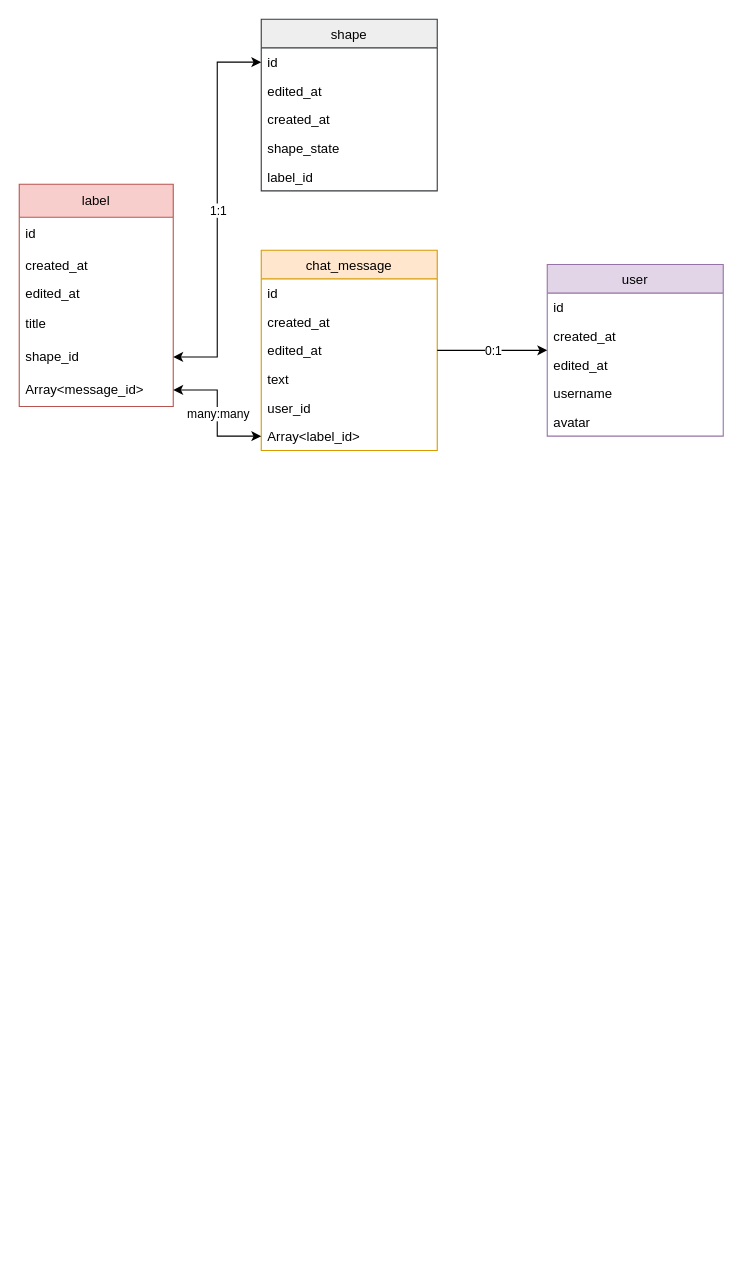
bestsvetny/squeezer keeps this draw.io diagram as squeezer.drawio. Above is the earlier version. Source tidied: cells renumbered, new cells numbered last; positions are measured from the earlier drawing's top-left corner, leaving out a move shared by most shapes. Both pictures are drawn from the tidied source at 110%, with x=0, y=0 at pixel (19, 19).
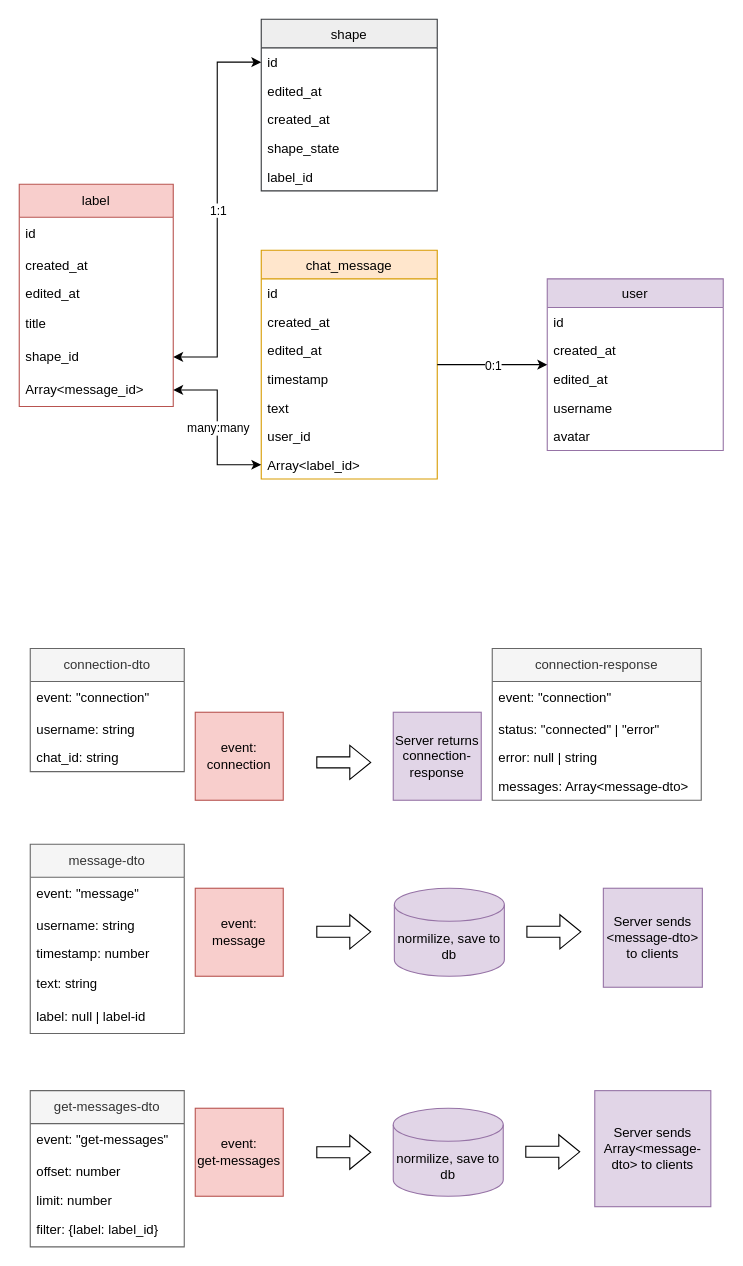
After the change.

Diff of the diagram source:
```diff
@@
     <mxCell id="2" value="chat_message" style="swimlane;fontStyle=0;align=center;verticalAlign=top;horizontal=1;startSize=26;rounded=0;shadow=0;strokeWidth=1;fillColor=#ffe6cc;strokeColor=#d79b00;" parent="1" vertex="1">
-      <mxGeometry x="220" y="210" width="160" height="182" as="geometry" />
+      <mxGeometry x="220" y="210" width="160" height="208" as="geometry" />
     </mxCell>
@@
+    <mxCell id="34" value="timestamp" style="text;align=left;verticalAlign=top;spacingLeft=4;spacingRight=4;overflow=hidden;rounded=0;shadow=0;html=0;" parent="2" vertex="1">
+      <mxGeometry y="104" width="160" height="26" as="geometry" />
+    </mxCell>
     <mxCell id="6" value="text" style="text;align=left;verticalAlign=top;spacingLeft=4;spacingRight=4;overflow=hidden;rounded=0;shadow=0;html=0;" parent="2" vertex="1">
-      <mxGeometry y="104" width="160" height="26" as="geometry" />
+      <mxGeometry y="130" width="160" height="26" as="geometry" />
     </mxCell>
     <mxCell id="7" value="user_id" style="text;align=left;verticalAlign=top;spacingLeft=4;spacingRight=4;overflow=hidden;rounded=0;shadow=0;html=0;strokeColor=none;fillColor=none;" parent="2" vertex="1">
-      <mxGeometry y="130" width="160" height="26" as="geometry" />
+      <mxGeometry y="156" width="160" height="26" as="geometry" />
     </mxCell>
     <mxCell id="8" value="Array&lt;label_id&gt;" style="text;align=left;verticalAlign=top;spacingLeft=4;spacingRight=4;overflow=hidden;points=[[0,0.5],[1,0.5]];portConstraint=eastwest;rounded=0;shadow=0;html=0;fillColor=none;strokeColor=none;" parent="2" vertex="1">
-      <mxGeometry y="156" width="160" height="26" as="geometry" />
+      <mxGeometry y="182" width="160" height="26" as="geometry" />
     </mxCell>
     <mxCell id="9" value="user" style="swimlane;fontStyle=0;align=center;verticalAlign=top;horizontal=1;startSize=26;rounded=0;shadow=0;strokeWidth=1;fillColor=#e1d5e7;strokeColor=#9673a6;" parent="1" vertex="1">
-      <mxGeometry x="480" y="223" width="160" height="156" as="geometry" />
+      <mxGeometry x="480" y="236" width="160" height="156" as="geometry" />
     </mxCell>
@@
+    <mxCell id="35" value="connection-dto" style="swimlane;fontStyle=0;horizontal=1;startSize=30;whiteSpace=wrap;html=1;fillColor=#f5f5f5;strokeColor=#666666;fontColor=#333333;" parent="1" vertex="1">
+      <mxGeometry x="10" y="572" width="140" height="112" as="geometry" />
+    </mxCell>
+    <mxCell id="36" value="event: &quot;connection&quot;" style="text;strokeColor=none;fillColor=none;align=left;verticalAlign=middle;spacingLeft=4;spacingRight=4;overflow=hidden;whiteSpace=wrap;html=1;" parent="35" vertex="1">
+      <mxGeometry y="30" width="140" height="30" as="geometry" />
+    </mxCell>
+    <mxCell id="37" value="username: string" style="text;align=left;verticalAlign=top;spacingLeft=4;spacingRight=4;overflow=hidden;rounded=0;shadow=0;html=0;" parent="35" vertex="1">
+      <mxGeometry y="60" width="140" height="26" as="geometry" />
+    </mxCell>
+    <mxCell id="38" value="chat_id: string" style="text;align=left;verticalAlign=top;spacingLeft=4;spacingRight=4;overflow=hidden;rounded=0;shadow=0;html=0;" parent="35" vertex="1">
+      <mxGeometry y="86" width="140" height="26" as="geometry" />
+    </mxCell>
+    <mxCell id="39" value="message-dto" style="swimlane;fontStyle=0;horizontal=1;startSize=30;whiteSpace=wrap;html=1;fillColor=#f5f5f5;strokeColor=#666666;fontColor=#333333;" parent="1" vertex="1">
+      <mxGeometry x="10" y="750" width="140" height="172" as="geometry" />
+    </mxCell>
+    <mxCell id="40" value="event: &quot;message&quot;" style="text;strokeColor=none;fillColor=none;align=left;verticalAlign=middle;spacingLeft=4;spacingRight=4;overflow=hidden;whiteSpace=wrap;html=1;" parent="39" vertex="1">
+      <mxGeometry y="30" width="140" height="30" as="geometry" />
+    </mxCell>
+    <mxCell id="41" value="username: string" style="text;align=left;verticalAlign=top;spacingLeft=4;spacingRight=4;overflow=hidden;rounded=0;shadow=0;html=0;" parent="39" vertex="1">
+      <mxGeometry y="60" width="140" height="26" as="geometry" />
+    </mxCell>
+    <mxCell id="42" value="timestamp: number" style="text;align=left;verticalAlign=top;spacingLeft=4;spacingRight=4;overflow=hidden;rounded=0;shadow=0;html=0;" parent="39" vertex="1">
+      <mxGeometry y="86" width="140" height="26" as="geometry" />
+    </mxCell>
+    <mxCell id="43" value="text: string" style="text;strokeColor=none;fillColor=none;align=left;verticalAlign=middle;spacingLeft=4;spacingRight=4;overflow=hidden;whiteSpace=wrap;html=1;" parent="39" vertex="1">
+      <mxGeometry y="112" width="140" height="30" as="geometry" />
+    </mxCell>
+    <mxCell id="44" value="label: null | label-id" style="text;strokeColor=none;fillColor=none;align=left;verticalAlign=middle;spacingLeft=4;spacingRight=4;overflow=hidden;whiteSpace=wrap;html=1;" parent="39" vertex="1">
+      <mxGeometry y="142" width="140" height="30" as="geometry" />
+    </mxCell>
+    <mxCell id="45" value="connection-response" style="swimlane;fontStyle=0;horizontal=1;startSize=30;whiteSpace=wrap;html=1;fillColor=#f5f5f5;strokeColor=#666666;fontColor=#333333;" parent="1" vertex="1">
+      <mxGeometry x="430" y="572" width="190" height="138" as="geometry" />
+    </mxCell>
+    <mxCell id="46" value="event: &quot;connection&quot;" style="text;strokeColor=none;fillColor=none;align=left;verticalAlign=middle;spacingLeft=4;spacingRight=4;overflow=hidden;whiteSpace=wrap;html=1;" parent="45" vertex="1">
+      <mxGeometry y="30" width="190" height="30" as="geometry" />
+    </mxCell>
+    <mxCell id="47" value="status: &quot;connected&quot; | &quot;error&quot;" style="text;align=left;verticalAlign=top;spacingLeft=4;spacingRight=4;overflow=hidden;rounded=0;shadow=0;html=0;" parent="45" vertex="1">
+      <mxGeometry y="60" width="190" height="26" as="geometry" />
+    </mxCell>
+    <mxCell id="48" value="error: null | string" style="text;align=left;verticalAlign=top;spacingLeft=4;spacingRight=4;overflow=hidden;rounded=0;shadow=0;html=0;" parent="45" vertex="1">
+      <mxGeometry y="86" width="190" height="26" as="geometry" />
+    </mxCell>
+    <mxCell id="49" value="messages: Array&lt;message-dto&gt;" style="text;align=left;verticalAlign=top;spacingLeft=4;spacingRight=4;overflow=hidden;rounded=0;shadow=0;html=0;" parent="45" vertex="1">
+      <mxGeometry y="112" width="190" height="26" as="geometry" />
+    </mxCell>
+    <mxCell id="50" value="get-messages-dto" style="swimlane;fontStyle=0;horizontal=1;startSize=30;whiteSpace=wrap;html=1;fillColor=#f5f5f5;strokeColor=#666666;fontColor=#333333;" parent="1" vertex="1">
+      <mxGeometry x="10" y="974" width="140" height="142" as="geometry" />
+    </mxCell>
+    <mxCell id="51" value="event: &quot;get-messages&quot;" style="text;strokeColor=none;fillColor=none;align=left;verticalAlign=middle;spacingLeft=4;spacingRight=4;overflow=hidden;whiteSpace=wrap;html=1;" parent="50" vertex="1">
+      <mxGeometry y="30" width="140" height="30" as="geometry" />
+    </mxCell>
+    <mxCell id="52" value="offset: number" style="text;align=left;verticalAlign=top;spacingLeft=4;spacingRight=4;overflow=hidden;rounded=0;shadow=0;html=0;" parent="50" vertex="1">
+      <mxGeometry y="60" width="140" height="26" as="geometry" />
+    </mxCell>
+    <mxCell id="53" value="limit: number" style="text;align=left;verticalAlign=top;spacingLeft=4;spacingRight=4;overflow=hidden;rounded=0;shadow=0;html=0;" parent="50" vertex="1">
+      <mxGeometry y="86" width="140" height="26" as="geometry" />
+    </mxCell>
+    <mxCell id="54" value="filter: {label: label_id}" style="text;strokeColor=none;fillColor=none;align=left;verticalAlign=middle;spacingLeft=4;spacingRight=4;overflow=hidden;whiteSpace=wrap;html=1;" parent="50" vertex="1">
+      <mxGeometry y="112" width="140" height="30" as="geometry" />
+    </mxCell>
+    <mxCell id="55" value="Server sends &amp;lt;message-dto&amp;gt; to clients" style="whiteSpace=wrap;html=1;fillColor=#e1d5e7;strokeColor=#9673a6;" parent="1" vertex="1">
+      <mxGeometry x="531" y="790" width="90" height="90" as="geometry" />
+    </mxCell>
+    <mxCell id="56" value="normilize, save to db" style="shape=cylinder3;whiteSpace=wrap;html=1;boundedLbl=1;backgroundOutline=1;size=15;fillColor=#e1d5e7;strokeColor=#9673a6;" parent="1" vertex="1">
+      <mxGeometry x="341" y="790" width="100" height="80" as="geometry" />
+    </mxCell>
+    <mxCell id="57" style="shape=flexArrow;endArrow=classic;html=1;rounded=0;" parent="1" edge="1">
+      <mxGeometry relative="1" as="geometry">
+        <mxPoint x="270" y="829.6" as="sourcePoint" />
+        <mxPoint x="320" y="829.6" as="targetPoint" />
+      </mxGeometry>
+    </mxCell>
+    <mxCell id="58" style="shape=flexArrow;endArrow=classic;html=1;rounded=0;" parent="1" edge="1">
+      <mxGeometry relative="1" as="geometry">
+        <mxPoint x="461" y="829.6" as="sourcePoint" />
+        <mxPoint x="511" y="829.6" as="targetPoint" />
+      </mxGeometry>
+    </mxCell>
+    <mxCell id="59" style="shape=flexArrow;endArrow=classic;html=1;rounded=0;" parent="1" edge="1">
+      <mxGeometry relative="1" as="geometry">
+        <mxPoint x="270" y="675.6" as="sourcePoint" />
+        <mxPoint x="320" y="675.6" as="targetPoint" />
+      </mxGeometry>
+    </mxCell>
+    <mxCell id="60" style="shape=flexArrow;endArrow=classic;html=1;rounded=0;" parent="1" edge="1">
+      <mxGeometry relative="1" as="geometry">
+        <mxPoint x="270" y="1030" as="sourcePoint" />
+        <mxPoint x="320" y="1030" as="targetPoint" />
+      </mxGeometry>
+    </mxCell>
+    <mxCell id="61" value="Server sends Array&amp;lt;message-dto&amp;gt; to clients" style="whiteSpace=wrap;html=1;fillColor=#e1d5e7;strokeColor=#9673a6;" parent="1" vertex="1">
+      <mxGeometry x="523.2" y="974" width="105.5" height="105.5" as="geometry" />
+    </mxCell>
+    <mxCell id="62" value="normilize, save to db" style="shape=cylinder3;whiteSpace=wrap;html=1;boundedLbl=1;backgroundOutline=1;size=15;fillColor=#e1d5e7;strokeColor=#9673a6;" parent="1" vertex="1">
+      <mxGeometry x="340" y="990" width="100" height="80" as="geometry" />
+    </mxCell>
+    <mxCell id="63" style="shape=flexArrow;endArrow=classic;html=1;rounded=0;" parent="1" edge="1">
+      <mxGeometry relative="1" as="geometry">
+        <mxPoint x="460" y="1029.6" as="sourcePoint" />
+        <mxPoint x="510" y="1029.6" as="targetPoint" />
+      </mxGeometry>
+    </mxCell>
+    <mxCell id="64" value="event: connection" style="whiteSpace=wrap;html=1;fillColor=#f8cecc;strokeColor=#b85450;" parent="1" vertex="1">
+      <mxGeometry x="160" y="630" width="80" height="80" as="geometry" />
+    </mxCell>
+    <mxCell id="65" value="Server returns connection-response" style="whiteSpace=wrap;html=1;fillColor=#e1d5e7;strokeColor=#9673a6;" parent="1" vertex="1">
+      <mxGeometry x="340" y="630" width="80" height="80" as="geometry" />
+    </mxCell>
+    <mxCell id="66" value="event:&lt;br&gt;message" style="whiteSpace=wrap;html=1;fillColor=#f8cecc;strokeColor=#b85450;" parent="1" vertex="1">
+      <mxGeometry x="160" y="790" width="80" height="80" as="geometry" />
+    </mxCell>
+    <mxCell id="67" value="event:&lt;br&gt;get-messages" style="whiteSpace=wrap;html=1;fillColor=#f8cecc;strokeColor=#b85450;" parent="1" vertex="1">
+      <mxGeometry x="160" y="990" width="80" height="80" as="geometry" />
+    </mxCell>
```
